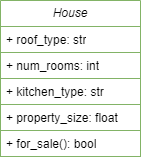
Before: figures/class diagram.png, a diagram exported from draw.io (JhunBrian/ICT-111). Source tidied: cells renumbered, new cells last; positions are measured from the earlier drawing's top-left corner, leaving out a move shared by most shapes.
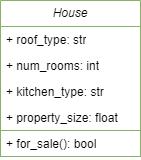
After the change.

The edit, as a diff of the source:
```diff
@@ -5,16 +5,16 @@
     <mxCell id="2" value="&lt;i&gt;House&lt;/i&gt;" style="swimlane;fontStyle=0;horizontal=1;startSize=26;fillColor=none;whiteSpace=wrap;html=1;strokeColor=#82b366;" parent="1" vertex="1">
       <mxGeometry width="140" height="156" as="geometry" />
     </mxCell>
-    <mxCell id="3" value="+ roof_type: str" style="text;strokeColor=#82b366;fillColor=none;align=left;verticalAlign=top;spacingLeft=4;spacingRight=4;overflow=hidden;whiteSpace=wrap;html=1;" parent="2" vertex="1">
+    <mxCell id="3" value="+ roof_type: str" style="text;strokeColor=none;fillColor=none;align=left;verticalAlign=top;spacingLeft=4;spacingRight=4;overflow=hidden;whiteSpace=wrap;html=1;" parent="2" vertex="1">
       <mxGeometry y="26" width="140" height="26" as="geometry" />
     </mxCell>
-    <mxCell id="4" value="+ num_rooms: int" style="text;strokeColor=#82b366;fillColor=none;align=left;verticalAlign=top;spacingLeft=4;spacingRight=4;overflow=hidden;whiteSpace=wrap;html=1;" parent="2" vertex="1">
+    <mxCell id="4" value="+ num_rooms: int" style="text;strokeColor=none;fillColor=none;align=left;verticalAlign=top;spacingLeft=4;spacingRight=4;overflow=hidden;whiteSpace=wrap;html=1;" parent="2" vertex="1">
       <mxGeometry y="52" width="140" height="26" as="geometry" />
     </mxCell>
-    <mxCell id="5" value="+ kitchen_type: str" style="text;strokeColor=#82b366;fillColor=none;align=left;verticalAlign=top;spacingLeft=4;spacingRight=4;overflow=hidden;whiteSpace=wrap;html=1;" parent="2" vertex="1">
+    <mxCell id="5" value="+ kitchen_type: str" style="text;strokeColor=none;fillColor=none;align=left;verticalAlign=top;spacingLeft=4;spacingRight=4;overflow=hidden;whiteSpace=wrap;html=1;" parent="2" vertex="1">
       <mxGeometry y="78" width="140" height="26" as="geometry" />
     </mxCell>
-    <mxCell id="6" value="+ property_size: float" style="text;strokeColor=#82b366;fillColor=none;align=left;verticalAlign=top;spacingLeft=4;spacingRight=4;overflow=hidden;whiteSpace=wrap;html=1;" parent="2" vertex="1">
+    <mxCell id="6" value="+ property_size: float" style="text;strokeColor=none;fillColor=none;align=left;verticalAlign=top;spacingLeft=4;spacingRight=4;overflow=hidden;whiteSpace=wrap;html=1;" parent="2" vertex="1">
       <mxGeometry y="104" width="140" height="26" as="geometry" />
     </mxCell>
     <mxCell id="7" value="+ for_sale(): bool" style="text;strokeColor=#82b366;fillColor=none;align=left;verticalAlign=top;spacingLeft=4;spacingRight=4;overflow=hidden;whiteSpace=wrap;html=1;" parent="2" vertex="1">
```
